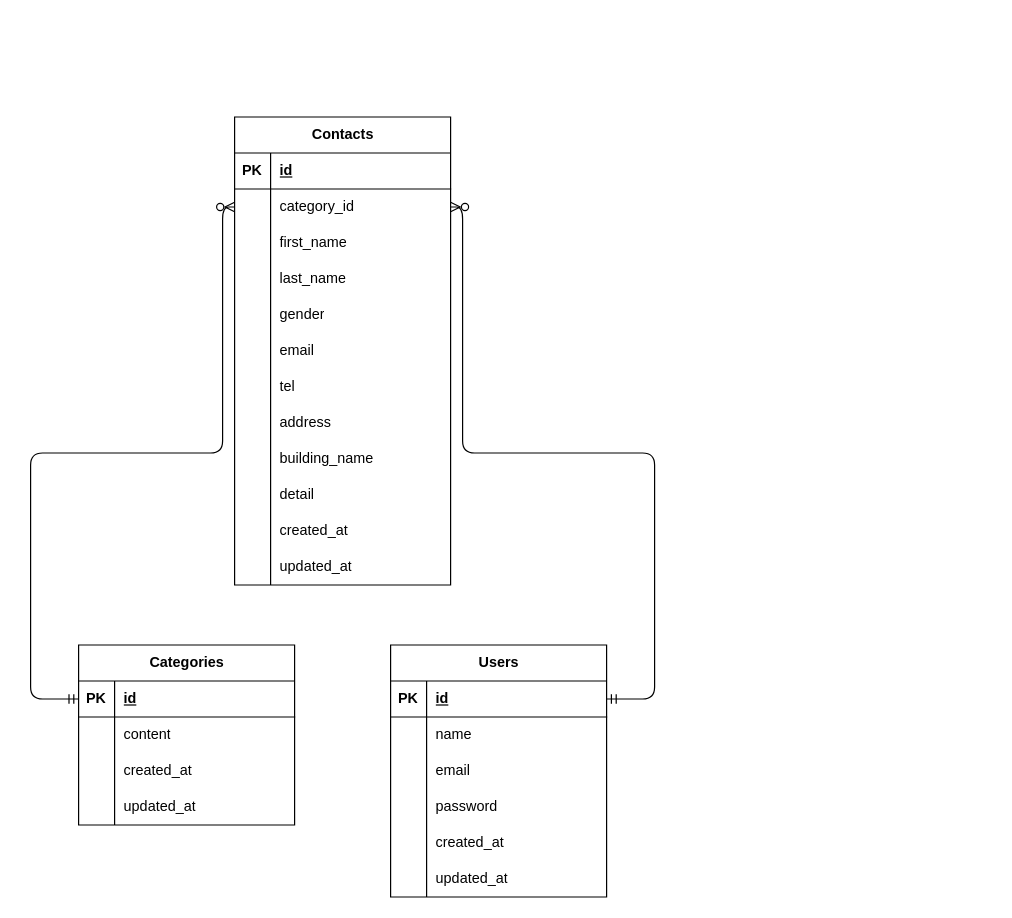
Earlier version of the draw.io diagram src/er-diagram.drawio (Kay-sep27/fleamarket). Source tidied: cells renumbered, new cells numbered last; positions are measured from the earlier drawing's top-left corner, leaving out a move shared by most shapes. Both pictures are drawn from the tidied source at 120%, with x=0, y=0 at pixel (30, 116).
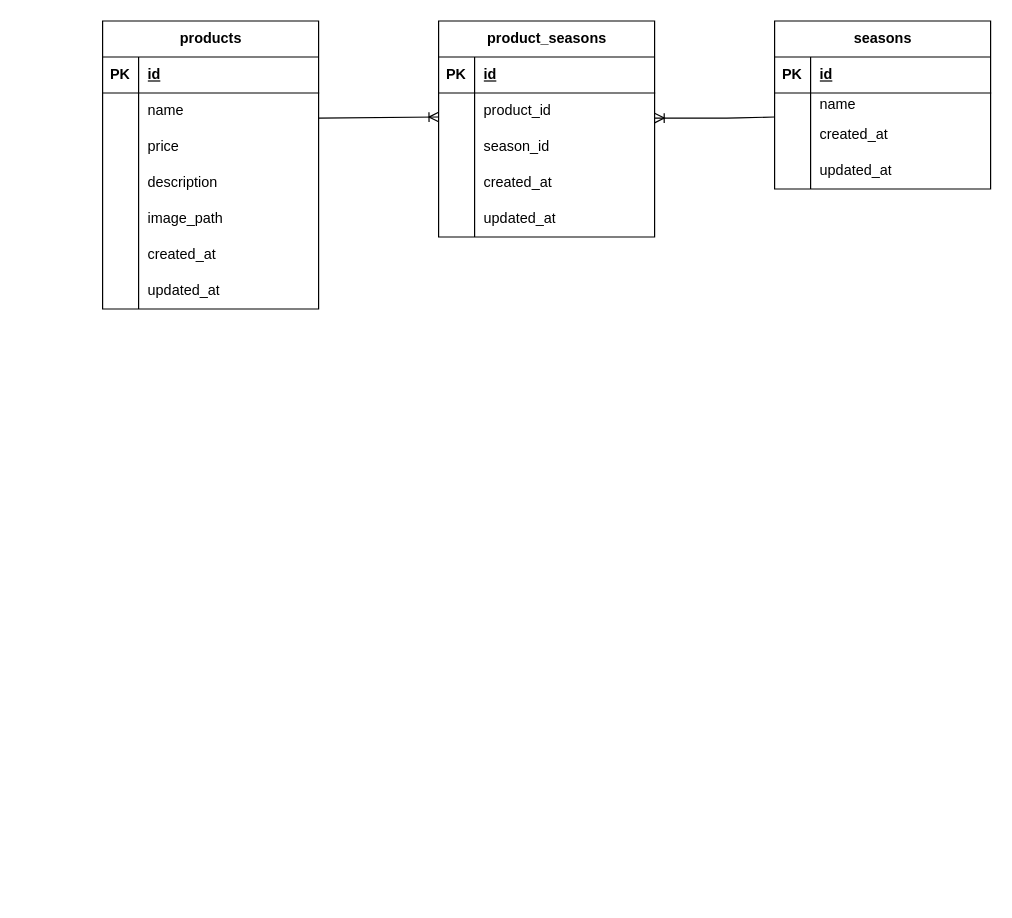
Above is the later version.

Unchanged cells that the change refers to:
```xml
<mxCell id="3" style="shape=tableRow;horizontal=0;startSize=0;swimlaneHead=0;swimlaneBody=0;fillColor=none;points=[[0,0.5],[1,0.5]];portConstraint=eastwest;top=0;left=0;right=0;bottom=1;" parent="2" vertex="1">
  <mxGeometry y="30" width="180" height="30" as="geometry" />
</mxCell>
<mxCell id="6" style="shape=tableRow;horizontal=0;startSize=0;swimlaneHead=0;swimlaneBody=0;fillColor=none;top=0;left=0;right=0;bottom=0;" parent="2" vertex="1">
  <mxGeometry y="60" width="180" height="30" as="geometry" />
</mxCell>
<mxCell id="9" style="shape=tableRow;horizontal=0;startSize=0;swimlaneHead=0;swimlaneBody=0;fillColor=none;top=0;left=0;right=0;bottom=0;" parent="2" vertex="1">
  <mxGeometry y="90" width="180" height="30" as="geometry" />
</mxCell>
<mxCell id="25" style="shape=tableRow;horizontal=0;startSize=0;swimlaneHead=0;swimlaneBody=0;fillColor=none;points=[[0,0.5],[1,0.5]];portConstraint=eastwest;top=0;left=0;right=0;bottom=0;" parent="21" vertex="1">
  <mxGeometry y="60" width="180" height="30" as="geometry" />
</mxCell>
<mxCell id="28" style="shape=tableRow;horizontal=0;startSize=0;swimlaneHead=0;swimlaneBody=0;fillColor=none;top=0;left=0;right=0;bottom=0;" parent="21" vertex="1">
  <mxGeometry y="90" width="180" height="30" as="geometry" />
</mxCell>
<mxCell id="31" style="shape=tableRow;horizontal=0;startSize=0;swimlaneHead=0;swimlaneBody=0;fillColor=none;top=0;left=0;right=0;bottom=0;" parent="21" vertex="1">
  <mxGeometry y="120" width="180" height="30" as="geometry" />
</mxCell>
<mxCell id="34" style="shape=tableRow;horizontal=0;startSize=0;swimlaneHead=0;swimlaneBody=0;fillColor=none;top=0;left=0;right=0;bottom=0;" parent="21" vertex="1">
  <mxGeometry y="150" width="180" height="30" as="geometry" />
</mxCell>
<mxCell id="37" style="shape=tableRow;horizontal=0;startSize=0;swimlaneHead=0;swimlaneBody=0;fillColor=none;top=0;left=0;right=0;bottom=0;" parent="21" vertex="1">
  <mxGeometry y="180" width="180" height="30" as="geometry" />
</mxCell>
<mxCell id="40" style="shape=tableRow;horizontal=0;startSize=0;swimlaneHead=0;swimlaneBody=0;fillColor=none;top=0;left=0;right=0;bottom=0;" parent="21" vertex="1">
  <mxGeometry y="210" width="180" height="30" as="geometry" />
</mxCell>
<mxCell id="59" style="shape=tableRow;horizontal=0;startSize=0;swimlaneHead=0;swimlaneBody=0;fillColor=none;points=[[0,0.5],[1,0.5]];portConstraint=eastwest;top=0;left=0;right=0;bottom=1;" parent="58" vertex="1">
  <mxGeometry y="30" width="180" height="30" as="geometry" />
</mxCell>
```

Change to the diagram source:
```diff
@@
-    <mxCell id="2" value="Users" style="shape=table;startSize=30;childLayout=tableLayout;rowLines=0;fontStyle=1;align=center;html=1;" parent="1" vertex="1">
-      <mxGeometry x="300" y="440" width="180" height="210" as="geometry" />
+    <mxCell id="2" value="product_seasons" style="shape=table;startSize=30;childLayout=tableLayout;rowLines=0;fontStyle=1;align=center;html=1;" parent="1" vertex="1">
+      <mxGeometry x="340" y="-80" width="180" height="180" as="geometry" />
     </mxCell>
@@
-    <mxCell id="8" value="name" style="shape=partialRectangle;fillColor=none;top=0;left=0;bottom=0;right=0;align=left;spacingLeft=6;overflow=hidden;whiteSpace=wrap;html=1;" parent="6" vertex="1">
+    <mxCell id="8" value="product_id" style="shape=partialRectangle;fillColor=none;top=0;left=0;bottom=0;right=0;align=left;spacingLeft=6;overflow=hidden;whiteSpace=wrap;html=1;" parent="6" vertex="1">
       <mxGeometry x="30" width="150" height="30" as="geometry" />
     </mxCell>
@@
-    <mxCell id="11" value="email" style="shape=partialRectangle;fillColor=none;top=0;left=0;bottom=0;right=0;align=left;spacingLeft=6;overflow=hidden;whiteSpace=wrap;html=1;" parent="9" vertex="1">
+    <mxCell id="11" value="season_id" style="shape=partialRectangle;fillColor=none;top=0;left=0;bottom=0;right=0;align=left;spacingLeft=6;overflow=hidden;whiteSpace=wrap;html=1;" parent="9" vertex="1">
       <mxGeometry x="30" width="150" height="30" as="geometry" />
     </mxCell>
-    <mxCell id="12" style="shape=tableRow;horizontal=0;startSize=0;swimlaneHead=0;swimlaneBody=0;fillColor=none;top=0;left=0;right=0;bottom=0;" parent="2" vertex="1">
-      <mxGeometry y="120" width="180" height="30" as="geometry" />
-    </mxCell>
-    <mxCell id="13" style="shape=partialRectangle;fillColor=none;top=0;left=0;bottom=0;right=0;overflow=hidden;whiteSpace=wrap;html=1;" parent="12" vertex="1">
-      <mxGeometry width="30" height="30" as="geometry" />
-    </mxCell>
-    <mxCell id="14" value="password" style="shape=partialRectangle;fillColor=none;top=0;left=0;bottom=0;right=0;align=left;spacingLeft=6;overflow=hidden;whiteSpace=wrap;html=1;" parent="12" vertex="1">
-      <mxGeometry x="30" width="150" height="30" as="geometry" />
-    </mxCell>
     <mxCell id="15" style="shape=tableRow;horizontal=0;startSize=0;swimlaneHead=0;swimlaneBody=0;fillColor=none;top=0;left=0;right=0;bottom=0;" parent="2" vertex="1">
-      <mxGeometry y="150" width="180" height="30" as="geometry" />
+      <mxGeometry y="120" width="180" height="30" as="geometry" />
     </mxCell>
@@
     <mxCell id="18" style="shape=tableRow;horizontal=0;startSize=0;swimlaneHead=0;swimlaneBody=0;fillColor=none;top=0;left=0;right=0;bottom=0;" parent="2" vertex="1">
-      <mxGeometry y="180" width="180" height="30" as="geometry" />
+      <mxGeometry y="150" width="180" height="30" as="geometry" />
     </mxCell>
@@
-    <mxCell id="21" value="Contacts" style="shape=table;startSize=30;childLayout=tableLayout;rowLines=0;fontStyle=1;align=center;html=1;" parent="1" vertex="1">
-      <mxGeometry x="170" width="180" height="390" as="geometry" />
+    <mxCell id="21" value="products" style="shape=table;startSize=30;childLayout=tableLayout;rowLines=0;fontStyle=1;align=center;html=1;" parent="1" vertex="1">
+      <mxGeometry x="60" y="-80" width="180" height="240" as="geometry" />
     </mxCell>
@@
-    <mxCell id="27" value="category_id" style="shape=partialRectangle;fillColor=none;top=0;left=0;bottom=0;right=0;align=left;spacingLeft=6;overflow=hidden;whiteSpace=wrap;html=1;" parent="25" vertex="1">
+    <mxCell id="27" value="name" style="shape=partialRectangle;fillColor=none;top=0;left=0;bottom=0;right=0;align=left;spacingLeft=6;overflow=hidden;whiteSpace=wrap;html=1;" parent="25" vertex="1">
       <mxGeometry x="30" width="150" height="30" as="geometry" />
     </mxCell>
@@
-    <mxCell id="30" value="first_name" style="shape=partialRectangle;fillColor=none;top=0;left=0;bottom=0;right=0;align=left;spacingLeft=6;overflow=hidden;whiteSpace=wrap;html=1;" parent="28" vertex="1">
+    <mxCell id="30" value="price" style="shape=partialRectangle;fillColor=none;top=0;left=0;bottom=0;right=0;align=left;spacingLeft=6;overflow=hidden;whiteSpace=wrap;html=1;" parent="28" vertex="1">
       <mxGeometry x="30" width="150" height="30" as="geometry" />
     </mxCell>
@@
-    <mxCell id="33" value="last_name" style="shape=partialRectangle;fillColor=none;top=0;left=0;bottom=0;right=0;align=left;spacingLeft=6;overflow=hidden;whiteSpace=wrap;html=1;" parent="31" vertex="1">
+    <mxCell id="33" value="description" style="shape=partialRectangle;fillColor=none;top=0;left=0;bottom=0;right=0;align=left;spacingLeft=6;overflow=hidden;whiteSpace=wrap;html=1;" parent="31" vertex="1">
       <mxGeometry x="30" width="150" height="30" as="geometry" />
     </mxCell>
@@
-    <mxCell id="36" value="gender" style="shape=partialRectangle;fillColor=none;top=0;left=0;bottom=0;right=0;align=left;spacingLeft=6;overflow=hidden;whiteSpace=wrap;html=1;" parent="34" vertex="1">
+    <mxCell id="36" value="image_path" style="shape=partialRectangle;fillColor=none;top=0;left=0;bottom=0;right=0;align=left;spacingLeft=6;overflow=hidden;whiteSpace=wrap;html=1;" parent="34" vertex="1">
       <mxGeometry x="30" width="150" height="30" as="geometry" />
     </mxCell>
@@
-    <mxCell id="39" value="email" style="shape=partialRectangle;fillColor=none;top=0;left=0;bottom=0;right=0;align=left;spacingLeft=6;overflow=hidden;whiteSpace=wrap;html=1;" parent="37" vertex="1">
+    <mxCell id="39" value="created_at" style="shape=partialRectangle;fillColor=none;top=0;left=0;bottom=0;right=0;align=left;spacingLeft=6;overflow=hidden;whiteSpace=wrap;html=1;" parent="37" vertex="1">
       <mxGeometry x="30" width="150" height="30" as="geometry" />
     </mxCell>
@@
-    <mxCell id="42" value="tel" style="shape=partialRectangle;fillColor=none;top=0;left=0;bottom=0;right=0;align=left;spacingLeft=6;overflow=hidden;whiteSpace=wrap;html=1;" parent="40" vertex="1">
+    <mxCell id="42" value="updated_at" style="shape=partialRectangle;fillColor=none;top=0;left=0;bottom=0;right=0;align=left;spacingLeft=6;overflow=hidden;whiteSpace=wrap;html=1;" parent="40" vertex="1">
       <mxGeometry x="30" width="150" height="30" as="geometry" />
     </mxCell>
-    <mxCell id="43" style="shape=tableRow;horizontal=0;startSize=0;swimlaneHead=0;swimlaneBody=0;fillColor=none;top=0;left=0;right=0;bottom=0;" parent="21" vertex="1">
-      <mxGeometry y="240" width="180" height="30" as="geometry" />
-    </mxCell>
-    <mxCell id="44" style="shape=partialRectangle;fillColor=none;top=0;left=0;bottom=0;right=0;overflow=hidden;whiteSpace=wrap;html=1;" parent="43" vertex="1">
-      <mxGeometry width="30" height="30" as="geometry" />
-    </mxCell>
-    <mxCell id="45" value="address" style="shape=partialRectangle;fillColor=none;top=0;left=0;bottom=0;right=0;align=left;spacingLeft=6;overflow=hidden;whiteSpace=wrap;html=1;" parent="43" vertex="1">
-      <mxGeometry x="30" width="150" height="30" as="geometry" />
-    </mxCell>
-    <mxCell id="46" style="shape=tableRow;horizontal=0;startSize=0;swimlaneHead=0;swimlaneBody=0;fillColor=none;top=0;left=0;right=0;bottom=0;" parent="21" vertex="1">
-      <mxGeometry y="270" width="180" height="30" as="geometry" />
-    </mxCell>
-    <mxCell id="47" style="shape=partialRectangle;fillColor=none;top=0;left=0;bottom=0;right=0;overflow=hidden;whiteSpace=wrap;html=1;" parent="46" vertex="1">
-      <mxGeometry width="30" height="30" as="geometry" />
-    </mxCell>
-    <mxCell id="48" value="building_name" style="shape=partialRectangle;fillColor=none;top=0;left=0;bottom=0;right=0;align=left;spacingLeft=6;overflow=hidden;whiteSpace=wrap;html=1;" parent="46" vertex="1">
-      <mxGeometry x="30" width="150" height="30" as="geometry" />
-    </mxCell>
-    <mxCell id="49" style="shape=tableRow;horizontal=0;startSize=0;swimlaneHead=0;swimlaneBody=0;fillColor=none;top=0;left=0;right=0;bottom=0;" parent="21" vertex="1">
-      <mxGeometry y="300" width="180" height="30" as="geometry" />
-    </mxCell>
-    <mxCell id="50" style="shape=partialRectangle;fillColor=none;top=0;left=0;bottom=0;right=0;overflow=hidden;whiteSpace=wrap;html=1;" parent="49" vertex="1">
-      <mxGeometry width="30" height="30" as="geometry" />
-    </mxCell>
-    <mxCell id="51" value="detail" style="shape=partialRectangle;fillColor=none;top=0;left=0;bottom=0;right=0;align=left;spacingLeft=6;overflow=hidden;whiteSpace=wrap;html=1;" parent="49" vertex="1">
-      <mxGeometry x="30" width="150" height="30" as="geometry" />
-    </mxCell>
-    <mxCell id="52" style="shape=tableRow;horizontal=0;startSize=0;swimlaneHead=0;swimlaneBody=0;fillColor=none;top=0;left=0;right=0;bottom=0;" parent="21" vertex="1">
-      <mxGeometry y="330" width="180" height="30" as="geometry" />
-    </mxCell>
-    <mxCell id="53" style="shape=partialRectangle;fillColor=none;top=0;left=0;bottom=0;right=0;overflow=hidden;whiteSpace=wrap;html=1;" parent="52" vertex="1">
-      <mxGeometry width="30" height="30" as="geometry" />
-    </mxCell>
-    <mxCell id="54" value="created_at" style="shape=partialRectangle;fillColor=none;top=0;left=0;bottom=0;right=0;align=left;spacingLeft=6;overflow=hidden;whiteSpace=wrap;html=1;" parent="52" vertex="1">
-      <mxGeometry x="30" width="150" height="30" as="geometry" />
-    </mxCell>
-    <mxCell id="55" style="shape=tableRow;horizontal=0;startSize=0;swimlaneHead=0;swimlaneBody=0;fillColor=none;top=0;left=0;right=0;bottom=0;" parent="21" vertex="1">
-      <mxGeometry y="360" width="180" height="30" as="geometry" />
-    </mxCell>
-    <mxCell id="56" style="shape=partialRectangle;fillColor=none;top=0;left=0;bottom=0;right=0;overflow=hidden;whiteSpace=wrap;html=1;" parent="55" vertex="1">
-      <mxGeometry width="30" height="30" as="geometry" />
-    </mxCell>
-    <mxCell id="57" value="updated_at" style="shape=partialRectangle;fillColor=none;top=0;left=0;bottom=0;right=0;align=left;spacingLeft=6;overflow=hidden;whiteSpace=wrap;html=1;" parent="55" vertex="1">
-      <mxGeometry x="30" width="150" height="30" as="geometry" />
-    </mxCell>
-    <mxCell id="58" value="Categories" style="shape=table;startSize=30;childLayout=tableLayout;rowLines=0;fontStyle=1;align=center;html=1;" parent="1" vertex="1">
-      <mxGeometry x="40" y="440" width="180" height="150" as="geometry" />
+    <mxCell id="58" value="seasons" style="shape=table;startSize=30;childLayout=tableLayout;rowLines=0;fontStyle=1;align=center;html=1;" parent="1" vertex="1">
+      <mxGeometry x="620" y="-80" width="180" height="140" as="geometry" />
     </mxCell>
@@
     <mxCell id="62" style="shape=tableRow;horizontal=0;startSize=0;swimlaneHead=0;swimlaneBody=0;fillColor=none;top=0;left=0;right=0;bottom=0;" parent="58" vertex="1">
-      <mxGeometry y="60" width="180" height="30" as="geometry" />
+      <mxGeometry y="60" width="180" height="20" as="geometry" />
     </mxCell>
     <mxCell id="63" style="shape=partialRectangle;fillColor=none;top=0;left=0;bottom=0;right=0;overflow=hidden;whiteSpace=wrap;html=1;" parent="62" vertex="1">
-      <mxGeometry width="30" height="30" as="geometry" />
+      <mxGeometry width="30" height="20" as="geometry" />
     </mxCell>
-    <mxCell id="64" value="content" style="shape=partialRectangle;fillColor=none;top=0;left=0;bottom=0;right=0;align=left;spacingLeft=6;overflow=hidden;whiteSpace=wrap;html=1;" parent="62" vertex="1">
-      <mxGeometry x="30" width="150" height="30" as="geometry" />
+    <mxCell id="64" value="name" style="shape=partialRectangle;fillColor=none;top=0;left=0;bottom=0;right=0;align=left;spacingLeft=6;overflow=hidden;whiteSpace=wrap;html=1;" parent="62" vertex="1">
+      <mxGeometry x="30" width="150" height="20" as="geometry" />
     </mxCell>
     <mxCell id="65" style="shape=tableRow;horizontal=0;startSize=0;swimlaneHead=0;swimlaneBody=0;fillColor=none;top=0;left=0;right=0;bottom=0;" parent="58" vertex="1">
-      <mxGeometry y="90" width="180" height="30" as="geometry" />
+      <mxGeometry y="80" width="180" height="30" as="geometry" />
     </mxCell>
@@
     <mxCell id="68" style="shape=tableRow;horizontal=0;startSize=0;swimlaneHead=0;swimlaneBody=0;fillColor=none;top=0;left=0;right=0;bottom=0;" parent="58" vertex="1">
-      <mxGeometry y="120" width="180" height="30" as="geometry" />
+      <mxGeometry y="110" width="180" height="30" as="geometry" />
     </mxCell>
@@
-    <mxCell id="71" style="fontSize=12;html=1;endArrow=ERzeroToMany;startArrow=ERmandOne;edgeStyle=orthogonalEdgeStyle;" parent="1" edge="1" source="3" target="25">
-      <mxGeometry relative="1" as="geometry">
-        <Array as="points">
-          <mxPoint x="520" y="485" />
-          <mxPoint x="520" y="280" />
-          <mxPoint x="360" y="280" />
-          <mxPoint x="360" y="75" />
-        </Array>
-      </mxGeometry>
-    </mxCell>
-    <mxCell id="72" style="edgeStyle=orthogonalEdgeStyle;fontSize=12;html=1;endArrow=ERzeroToMany;startArrow=ERmandOne;" parent="1" edge="1" source="59" target="25">
+    <mxCell id="72" style="fontSize=12;html=1;endArrow=ERoneToMany;" parent="1" edge="1">
       <mxGeometry relative="1" as="geometry">
-        <Array as="points">
-          <mxPoint y="485" />
-          <mxPoint y="280" />
-          <mxPoint x="160" y="280" />
-          <mxPoint x="160" y="75" />
-        </Array>
+        <mxPoint x="240" y="1" as="sourcePoint" />
+        <mxPoint x="340" as="targetPoint" />
       </mxGeometry>
     </mxCell>
+    <mxCell id="73" style="fontSize=12;html=1;endArrow=ERoneToMany;" parent="1" edge="1">
+      <mxGeometry relative="1" as="geometry">
+        <mxPoint x="620" as="sourcePoint" />
+        <mxPoint x="520" y="0.9" as="targetPoint" />
+        <Array as="points">
+          <mxPoint x="580" y="0.9" />
+        </Array>
+      </mxGeometry>
+    </mxCell>
```
